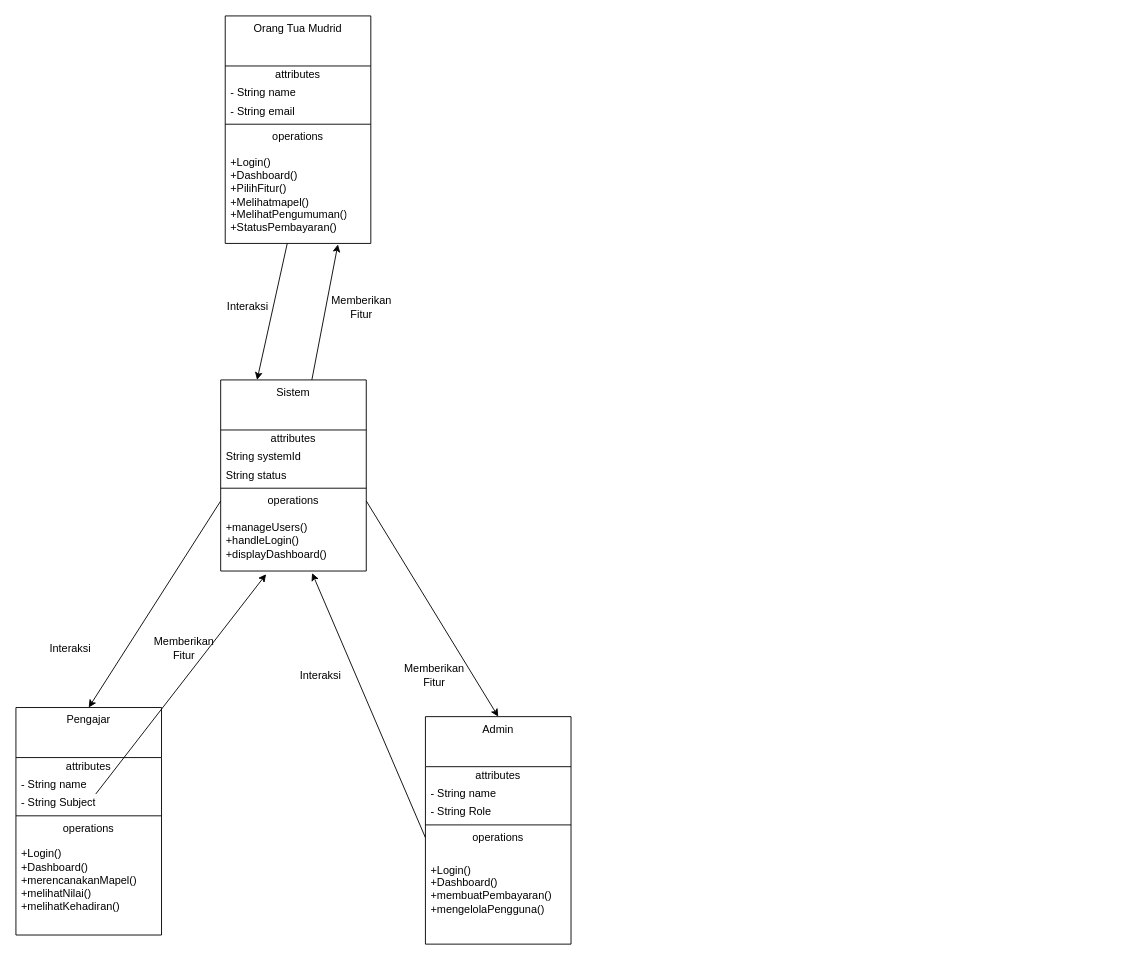
This is Class_diagram.drawio from DekJus/kakajaja, a draw.io file, before an edit. Source tidied: cells renumbered, new cells numbered last; positions are measured from the earlier drawing's top-left corner, leaving out a move shared by most shapes. Both pictures are drawn from the tidied source at 91%, with x=0, y=0 at pixel (15, 15).
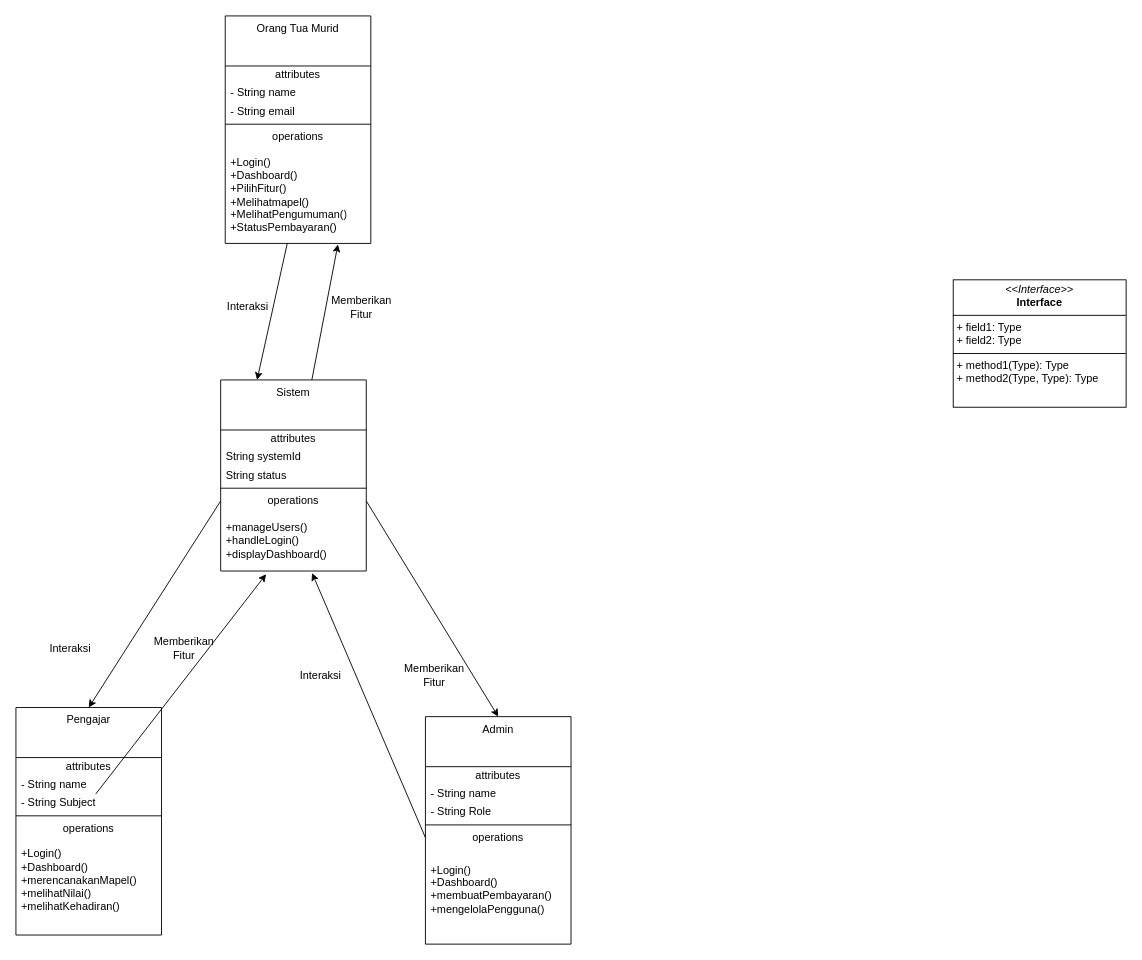
After the change.

Commit message (it also covers changes not shown here):
membuat class diagram

Diff of the diagram source:
```diff
@@
-    <mxCell id="2" value="Orang Tua Mudrid" style="swimlane;fontStyle=0;align=center;verticalAlign=top;horizontal=1;startSize=55;html=1;whiteSpace=wrap;" parent="1" vertex="1">
+    <mxCell id="2" value="Orang Tua Murid" style="swimlane;fontStyle=0;align=center;verticalAlign=top;horizontal=1;startSize=55;html=1;whiteSpace=wrap;" parent="1" vertex="1">
       <mxGeometry x="230" width="160" height="250" as="geometry" />
     </mxCell>
@@
+    <mxCell id="42" value="&lt;p style=&quot;margin:0px;margin-top:4px;text-align:center;&quot;&gt;&lt;i&gt;&amp;lt;&amp;lt;Interface&amp;gt;&amp;gt;&lt;/i&gt;&lt;br/&gt;&lt;b&gt;Interface&lt;/b&gt;&lt;/p&gt;&lt;hr size=&quot;1&quot; style=&quot;border-style:solid;&quot;/&gt;&lt;p style=&quot;margin:0px;margin-left:4px;&quot;&gt;+ field1: Type&lt;br/&gt;+ field2: Type&lt;/p&gt;&lt;hr size=&quot;1&quot; style=&quot;border-style:solid;&quot;/&gt;&lt;p style=&quot;margin:0px;margin-left:4px;&quot;&gt;+ method1(Type): Type&lt;br/&gt;+ method2(Type, Type): Type&lt;/p&gt;" style="verticalAlign=top;align=left;overflow=fill;html=1;whiteSpace=wrap;" parent="1" vertex="1">
+      <mxGeometry x="1030" y="290" width="190" height="140" as="geometry" />
+    </mxCell>
```
